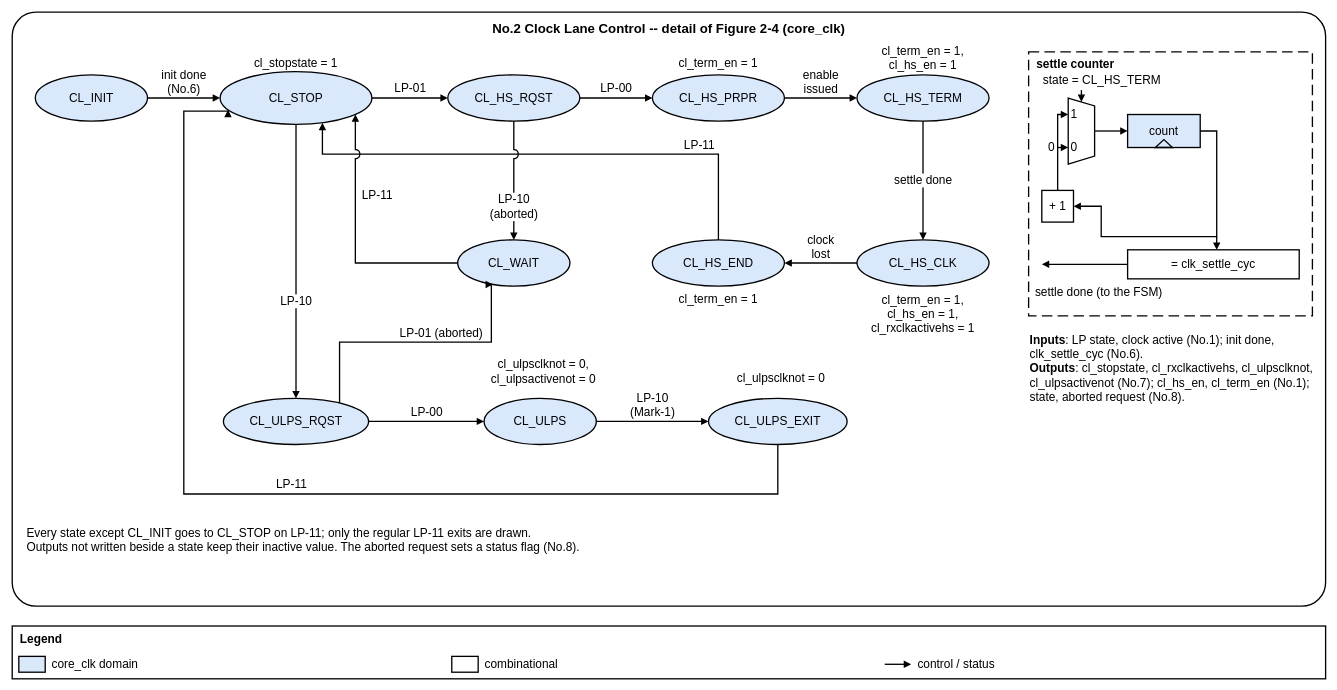
ftel-cdc/fu3_dphy keeps this draw.io diagram as 22fdx/rx/digital/hw/rtl/ip/ftel_dphy_rx/doc/figures/ftel_dphy_rx_cl_fsm.drawio. Above is the earlier version. Source tidied: cells renumbered, new cells numbered last; positions are measured from the earlier drawing's top-left corner, leaving out a move shared by most shapes. Both pictures are drawn from the tidied source at 66%, with x=0, y=0 at pixel (12, 12).
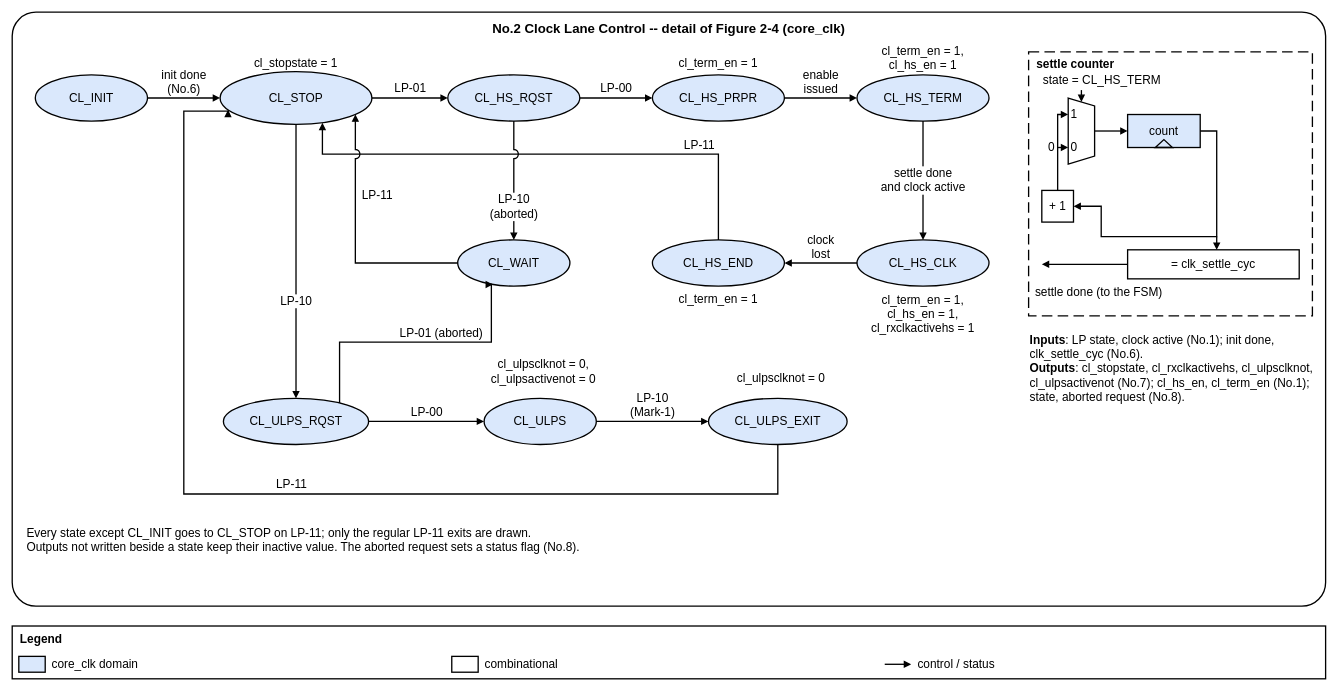
Above is the later version.

The change refers to these unchanged cells:
```xml
<mxCell id="7" value="CL_HS_TERM" style="ellipse;whiteSpace=wrap;html=1;fontSize=18;strokeWidth=2;fillColor=#DAE8FC;spacing=2;" parent="1" vertex="1">
  <mxGeometry x="1280" y="95" width="200" height="70" as="geometry" />
</mxCell>
<mxCell id="8" value="CL_HS_CLK" style="ellipse;whiteSpace=wrap;html=1;fontSize=18;strokeWidth=2;fillColor=#DAE8FC;spacing=2;" parent="1" vertex="1">
  <mxGeometry x="1280" y="345" width="200" height="70" as="geometry" />
</mxCell>
```

Change to the diagram source:
```diff
@@
-    <mxCell id="18" value="settle done" style="endArrow=block;endFill=1;html=1;fontSize=18;edgeStyle=orthogonalEdgeStyle;rounded=0;jumpStyle=arc;jumpSize=12;labelBackgroundColor=#FFFFFF;strokeWidth=2;exitX=0.5;exitY=1;exitDx=0;exitDy=0;entryX=0.5;entryY=0;entryDx=0;entryDy=0;" parent="1" edge="1" source="7" target="8">
+    <mxCell id="18" value="settle done&lt;br&gt;and clock active" style="endArrow=block;endFill=1;html=1;fontSize=18;edgeStyle=orthogonalEdgeStyle;rounded=0;jumpStyle=arc;jumpSize=12;labelBackgroundColor=#FFFFFF;strokeWidth=2;exitX=0.5;exitY=1;exitDx=0;exitDy=0;entryX=0.5;entryY=0;entryDx=0;entryDy=0;" parent="1" edge="1" source="7" target="8">
       <mxGeometry relative="1" as="geometry" />
     </mxCell>
```
